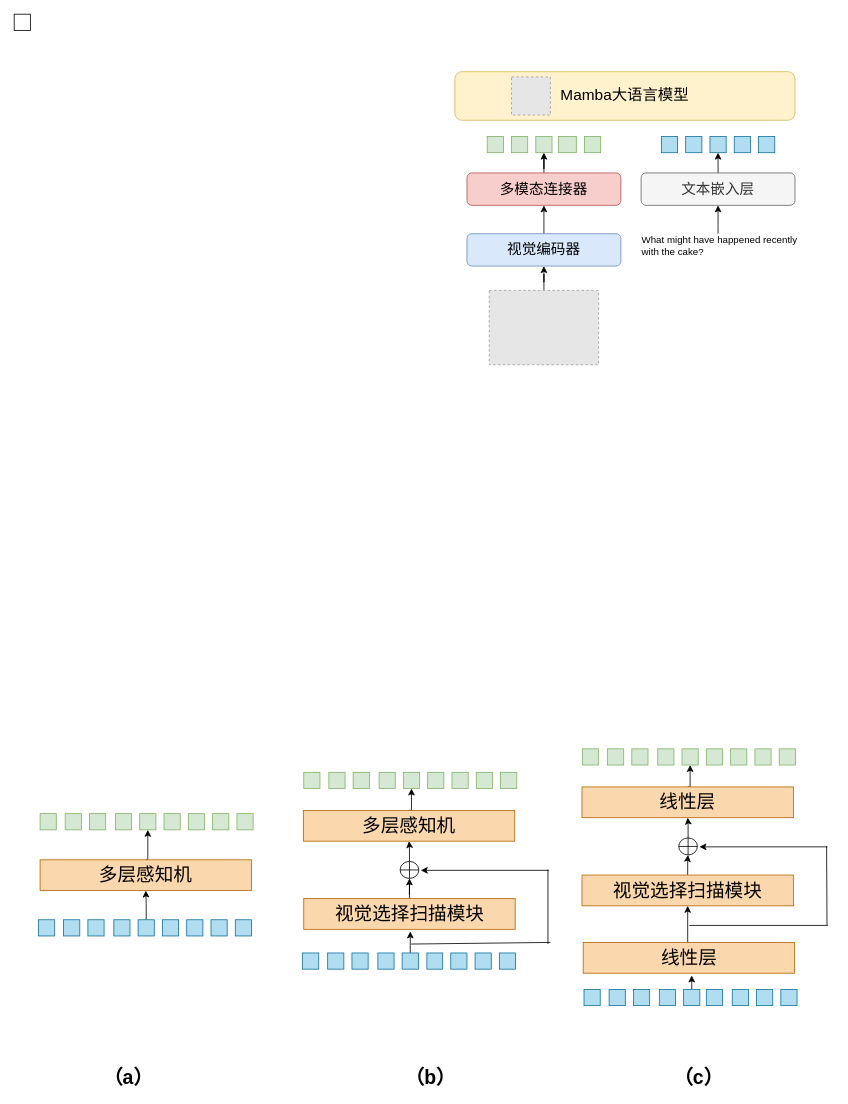
Above: 多模态mamba.drawio in 1223haohao/picture (draw.io), before the change. Source tidied: cells renumbered, new cells numbered last; positions are measured from the earlier drawing's top-left corner, leaving out a move shared by most shapes. Both pictures are drawn from the tidied source at 81%, with x=0, y=0 at pixel (14, 14). Pictures stored in the file or linked from it are replaced by grey dashed boxes.
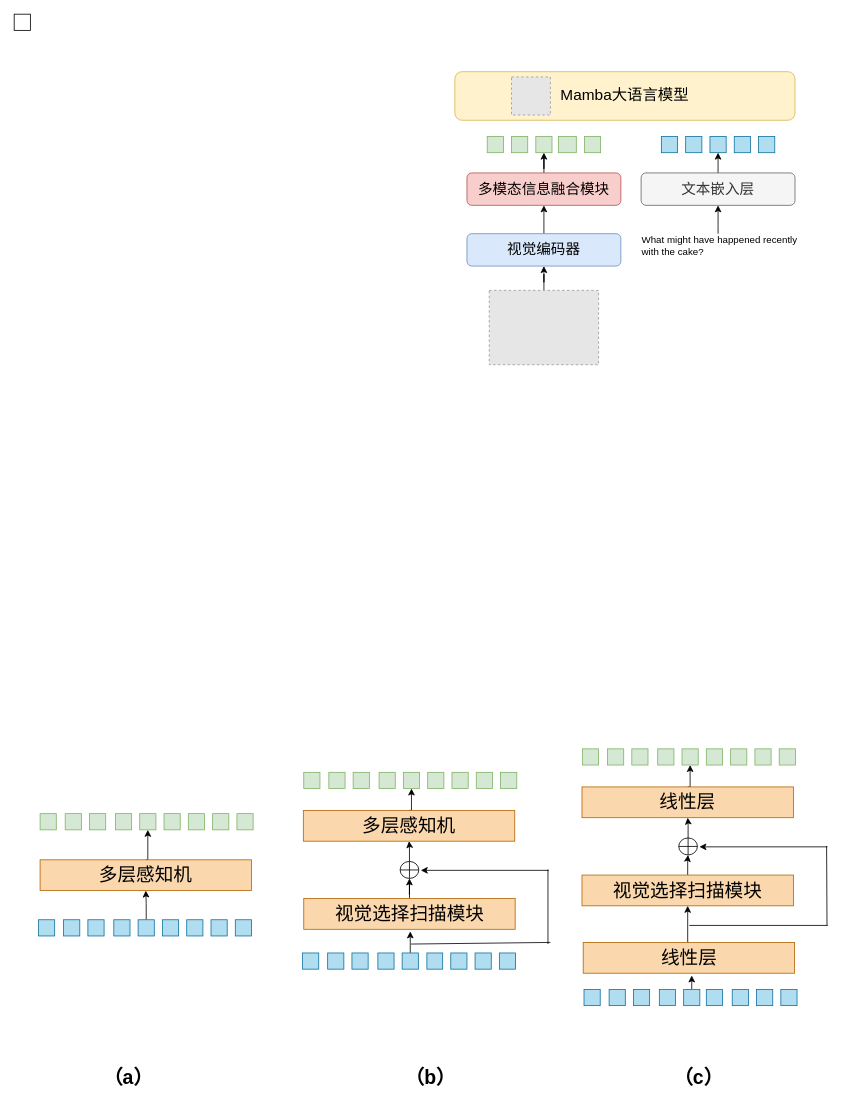
The same diagram, later.

Commit message:
更新多模态mamba.drawio

The edit, as a diff of the source:
```diff
@@
-    <mxCell id="6" value="&lt;font style=&quot;font-size: 18px;&quot;&gt;多模态连接器&lt;/font&gt;" style="rounded=1;whiteSpace=wrap;html=1;fillColor=#f8cecc;strokeColor=#b85450;" parent="1" vertex="1">
+    <mxCell id="6" value="&lt;font style=&quot;font-size: 18px;&quot;&gt;多模态信息融合模块&lt;/font&gt;" style="rounded=1;whiteSpace=wrap;html=1;fillColor=#f8cecc;strokeColor=#b85450;" parent="1" vertex="1">
       <mxGeometry x="559" y="196" width="190" height="40" as="geometry" />
     </mxCell>
```
